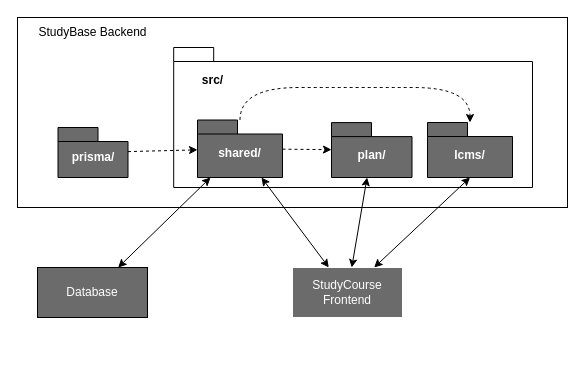
Above: Building_Block_lcms_level_2_2.drawio in MarkTkachov/lcms_diagrams (draw.io), before the change. Source tidied: cells renumbered, new cells numbered last; positions are measured from the earlier drawing's top-left corner, leaving out a move shared by most shapes. Both pictures are drawn from the tidied source at 100%, with x=0, y=0 at pixel (17, 17).
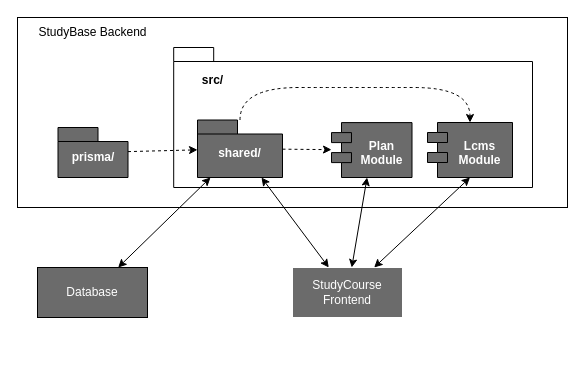
Above is the later version.

Unchanged cells that the change refers to:
```xml
<mxCell id="5" style="group;" parent="1" vertex="1">
  <mxGeometry x="145" y="50" width="370" height="300" as="geometry" />
</mxCell>
```

What changed in the source:
```diff
@@
-    <mxCell id="8" value="lcms/" style="shape=folder;fontStyle=1;spacingTop=10;tabWidth=40;tabHeight=14;tabPosition=left;html=1;whiteSpace=wrap;fontColor=#FFFFFF;fillColor=#6B6B6B;" parent="5" vertex="1">
+    <mxCell id="8" value="Lcms Module" style="shape=module;fontStyle=1;spacingTop=10;tabWidth=40;tabHeight=14;tabPosition=left;html=1;whiteSpace=wrap;fontColor=#FFFFFF;fillColor=#6B6B6B;spacingLeft=20;verticalAlign=top;" parent="5" vertex="1">
       <mxGeometry x="265" y="55" width="85" height="55" as="geometry" />
     </mxCell>
-    <mxCell id="9" value="plan/" style="shape=folder;fontStyle=1;spacingTop=10;tabWidth=40;tabHeight=14;tabPosition=left;html=1;whiteSpace=wrap;fillColor=#6B6B6B;fontColor=#FFFFFF;" parent="5" vertex="1">
+    <mxCell id="9" value="Plan Module" style="shape=module;fontStyle=1;spacingTop=10;tabWidth=40;tabHeight=14;tabPosition=left;html=1;whiteSpace=wrap;fillColor=#6B6B6B;fontColor=#FFFFFF;spacingLeft=20;verticalAlign=top;" parent="5" vertex="1">
       <mxGeometry x="169" y="55.1" width="80.5" height="54.9" as="geometry" />
     </mxCell>
```
